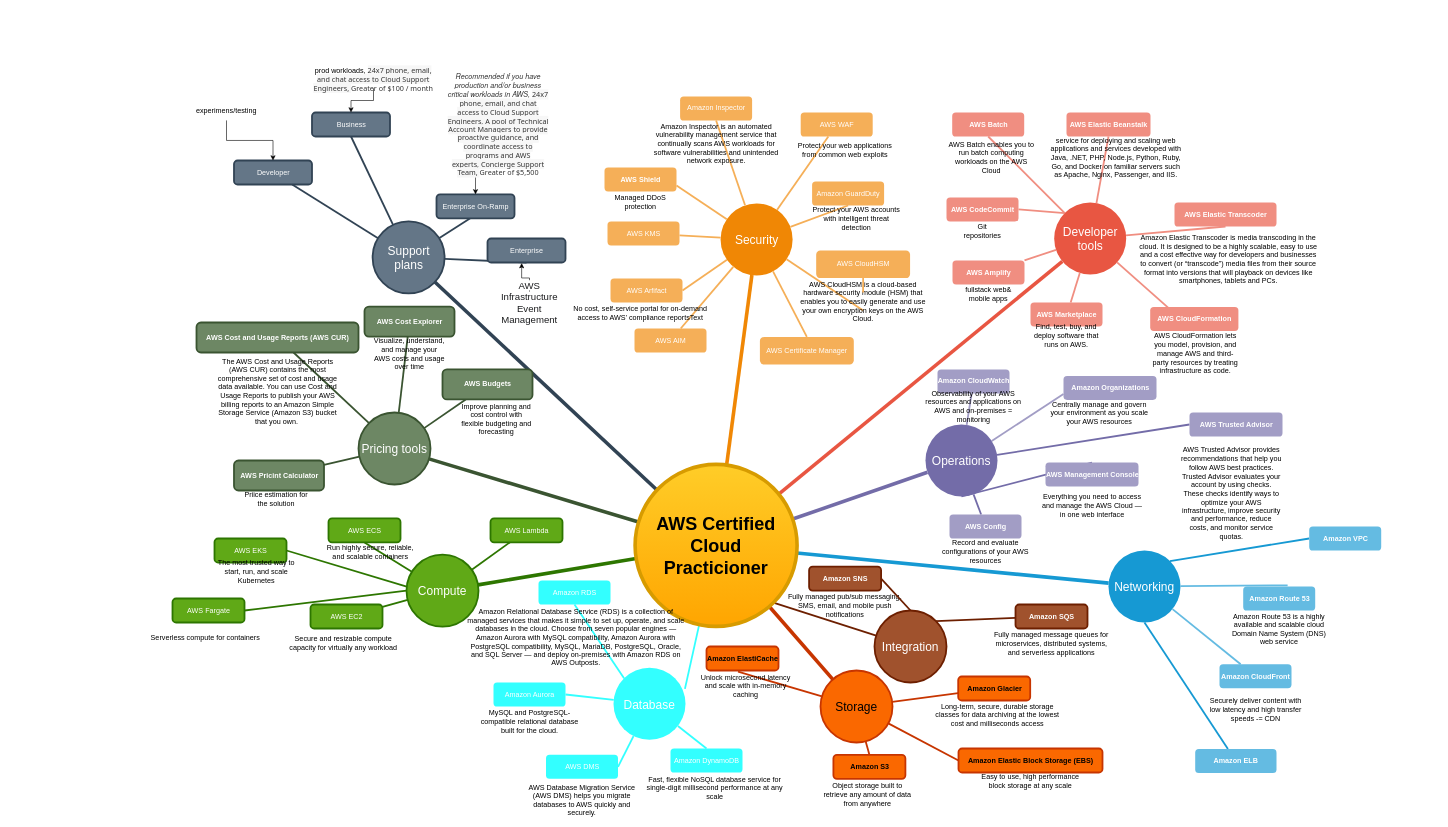
This is mindmap.drawio from stefanbertos/aws-certified-cloud-practicioner, a draw.io file, before an edit. Source tidied: cells renumbered, new cells numbered last; positions are measured from the earlier drawing's top-left corner, leaving out a move shared by most shapes. Both pictures are drawn from the tidied source at 60%, with x=0, y=0 at pixel (130, 70).
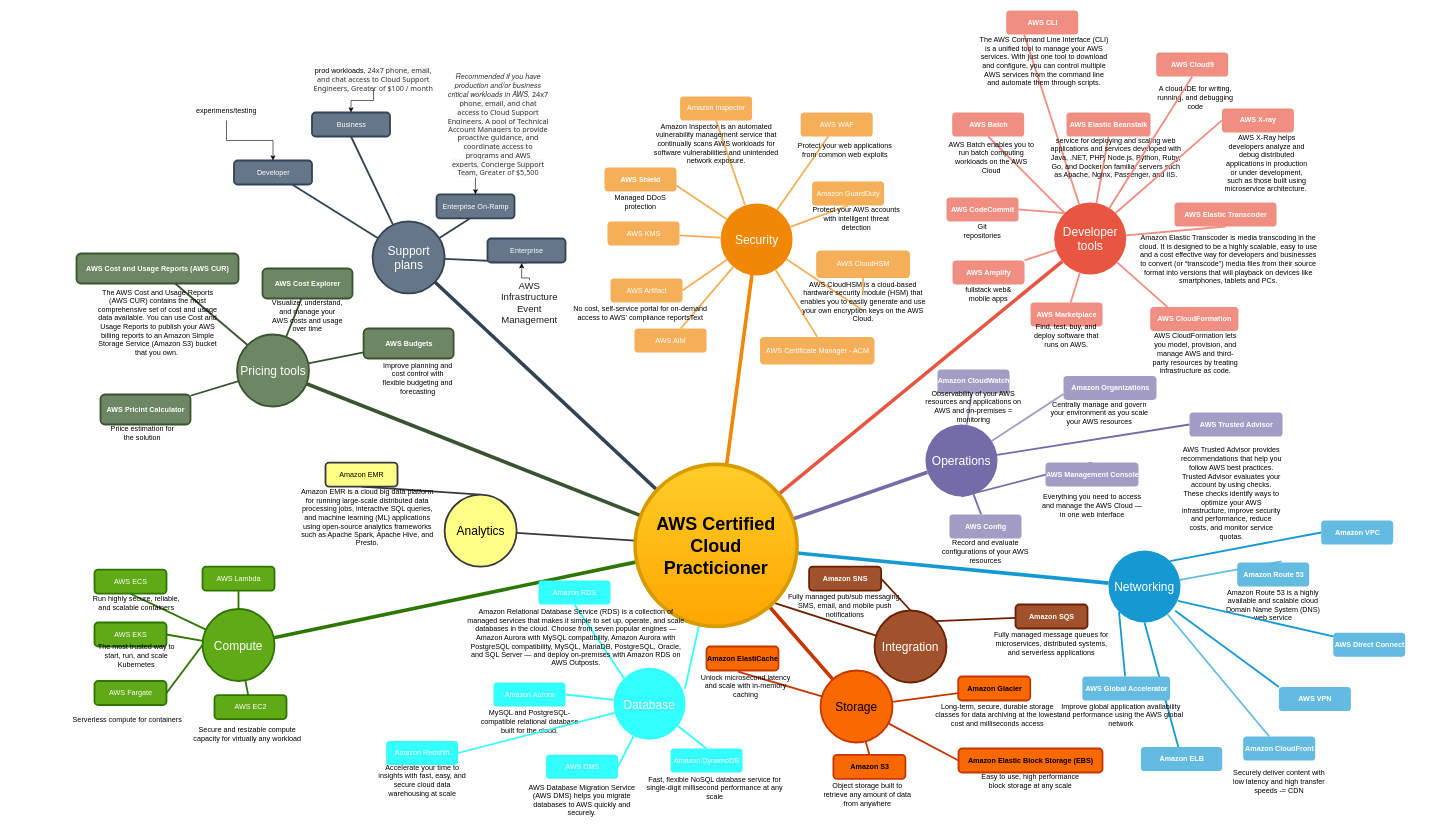
The same diagram, later.

Unchanged cells that the change refers to:
```xml
<mxCell id="5" value="Developer tools" style="ellipse;whiteSpace=wrap;html=1;shadow=0;fontFamily=Helvetica;fontSize=20;fontColor=#FFFFFF;align=center;strokeWidth=3;fillColor=#E85642;strokeColor=none;" parent="1" vertex="1">
  <mxGeometry x="1539.5" y="220" width="120" height="120" as="geometry" />
</mxCell>
<mxCell id="8" value="Networking" style="ellipse;whiteSpace=wrap;html=1;shadow=0;fontFamily=Helvetica;fontSize=20;fontColor=#FFFFFF;align=center;strokeWidth=3;fillColor=#1699D3;strokeColor=none;" parent="1" vertex="1">
  <mxGeometry x="1630" y="800" width="120" height="120" as="geometry" />
</mxCell>
<mxCell id="56" value="AWS Certified Cloud &lt;br&gt;Practicioner" style="ellipse;whiteSpace=wrap;html=1;shadow=0;fontFamily=Helvetica;fontSize=30;align=center;strokeColor=#d79b00;strokeWidth=6;fillColor=#ffcd28;fontStyle=1;gradientColor=#ffa500;" parent="1" vertex="1">
  <mxGeometry x="841" y="656.5" width="270" height="270" as="geometry" />
</mxCell>
<mxCell id="107" value="Database" style="ellipse;whiteSpace=wrap;html=1;shadow=0;fontFamily=Helvetica;fontSize=20;fontColor=#FFFFFF;align=center;strokeWidth=3;fillColor=#33FFFF;strokeColor=none;" parent="106" vertex="1">
  <mxGeometry x="275" y="35.5" width="120" height="120" as="geometry" />
</mxCell>
```

What changed in the source:
```diff
@@
+    <mxCell id="219" style="edgeStyle=none;rounded=0;jettySize=auto;html=1;entryX=0.25;entryY=1;entryDx=0;entryDy=0;endArrow=none;endFill=0;strokeColor=#F08E81;strokeWidth=3;" parent="1" edge="1" source="5" target="249">
+      <mxGeometry relative="1" as="geometry" />
+    </mxCell>
@@
+    <mxCell id="220" style="edgeStyle=none;rounded=0;jettySize=auto;html=1;exitX=0;exitY=1;exitDx=0;exitDy=0;endArrow=none;endFill=0;strokeColor=#1699D3;strokeWidth=3;" parent="1" edge="1" source="8" target="241">
+      <mxGeometry relative="1" as="geometry" />
+    </mxCell>
@@
+    <mxCell id="221" style="edgeStyle=none;rounded=0;jettySize=auto;html=1;endArrow=none;endFill=0;strokeColor=#36393d;strokeWidth=3;fillColor=#ffff88;" parent="1" edge="1" source="56" target="252">
+      <mxGeometry relative="1" as="geometry" />
+    </mxCell>
@@
     <mxCell id="57" value="Compute" style="ellipse;whiteSpace=wrap;html=1;shadow=0;fontFamily=Helvetica;fontSize=20;fontColor=#ffffff;align=center;strokeWidth=3;fillColor=#60a917;strokeColor=#2D7600;" parent="1" vertex="1">
-      <mxGeometry x="460" y="807" width="120" height="120" as="geometry" />
+      <mxGeometry x="120" y="897.5" width="120" height="120" as="geometry" />
     </mxCell>
     <mxCell id="58" value="AWS Lambda" style="rounded=1;fillColor=#60a917;strokeColor=#2D7600;strokeWidth=3;shadow=0;html=1;fontColor=#ffffff;" parent="1" vertex="1">
-      <mxGeometry x="600" y="746.5" width="120" height="40" as="geometry" />
+      <mxGeometry x="120" y="827" width="120" height="40" as="geometry" />
     </mxCell>
@@
     <mxCell id="72" style="group;" parent="1" vertex="1">
-      <mxGeometry x="172.5" y="650" width="150" height="80" as="geometry" />
+      <mxGeometry x="-50" y="540" width="150" height="80" as="geometry" />
     </mxCell>
@@
     <mxCell id="100" style="group;" parent="1" vertex="1">
-      <mxGeometry x="320" y="746.5" width="160" height="70" as="geometry" />
+      <mxGeometry x="-70" y="832" width="160" height="70" as="geometry" />
     </mxCell>
@@
-    <mxCell id="116" value="AWS Certificate Manager" style="rounded=1;fillColor=#f5af58;strokeColor=none;strokeWidth=3;shadow=0;html=1;fontColor=#FFFFFF;" parent="1" vertex="1">
-      <mxGeometry x="1049" y="444" width="156.5" height="46" as="geometry" />
+    <mxCell id="116" value="AWS Certificate Manager - ACM" style="rounded=1;fillColor=#f5af58;strokeColor=none;strokeWidth=3;shadow=0;html=1;fontColor=#FFFFFF;" parent="1" vertex="1">
+      <mxGeometry x="1049" y="444" width="191" height="46" as="geometry" />
     </mxCell>
@@
     <mxCell id="126" style="group;" parent="1" vertex="1">
-      <mxGeometry x="290" y="890" width="170" height="80" as="geometry" />
+      <mxGeometry x="130" y="1041" width="170" height="80" as="geometry" />
     </mxCell>
@@
     <mxCell id="138" style="group;" parent="1" vertex="1">
-      <mxGeometry x="390" y="393.5" width="150" height="80" as="geometry" />
+      <mxGeometry x="220" y="330" width="150" height="80" as="geometry" />
     </mxCell>
@@
     <mxCell id="169" style="group;" parent="1" vertex="1">
-      <mxGeometry x="1830" y="850" width="169" height="100" as="geometry" />
+      <mxGeometry x="1820" y="810" width="169" height="100" as="geometry" />
     </mxCell>
@@
     <mxCell id="173" style="group;" parent="1" vertex="1">
-      <mxGeometry x="1790.5" y="989.5" width="169" height="90" as="geometry" />
+      <mxGeometry x="1830" y="1110" width="169" height="90" as="geometry" />
     </mxCell>
@@
     <mxCell id="186" value="Pricing tools" style="ellipse;whiteSpace=wrap;html=1;shadow=0;fontFamily=Helvetica;fontSize=20;fontColor=#ffffff;align=center;strokeWidth=3;fillColor=#6d8764;strokeColor=#3A5431;" parent="1" vertex="1">
-      <mxGeometry x="380" y="570" width="120" height="120" as="geometry" />
+      <mxGeometry x="177.5" y="440" width="120" height="120" as="geometry" />
     </mxCell>
@@
     <mxCell id="188" style="group;" parent="1" vertex="1">
-      <mxGeometry x="520" y="498.2" width="150" height="98.2" as="geometry" />
+      <mxGeometry x="388.5" y="430" width="150" height="98.2" as="geometry" />
     </mxCell>
@@
     <mxCell id="191" style="group;" parent="1" vertex="1">
-      <mxGeometry y="420" width="380" height="176.5" as="geometry" />
+      <mxGeometry x="-200" y="305" width="380" height="176.5" as="geometry" />
     </mxCell>
@@
     <mxCell id="200" style="group;" parent="1" vertex="1">
-      <mxGeometry x="130" y="780" width="160" height="70" as="geometry" />
+      <mxGeometry x="-70" y="920" width="160" height="70" as="geometry" />
     </mxCell>
@@
     <mxCell id="204" style="group;" parent="1" vertex="1">
-      <mxGeometry x="60" y="880" width="170" height="80" as="geometry" />
+      <mxGeometry x="-70" y="1017.5" width="170" height="80" as="geometry" />
     </mxCell>
@@
     <mxCell id="209" style="group;" parent="1" vertex="1">
-      <mxGeometry x="1940" y="750" width="169" height="100" as="geometry" />
+      <mxGeometry x="1960" y="740" width="219" height="162.5" as="geometry" />
     </mxCell>
@@
+    <mxCell id="222" style="group;" parent="209" vertex="1">
+      <mxGeometry x="20" y="187" width="169" height="100" as="geometry" />
+    </mxCell>
+    <mxCell id="223" value="AWS Direct Connect" style="rounded=1;fillColor=#64BBE2;strokeColor=none;strokeWidth=3;shadow=0;html=1;fontColor=#FFFFFF;fontStyle=1;" parent="222" vertex="1">
+      <mxGeometry x="24.5" y="10" width="120" height="40" as="geometry" />
+    </mxCell>
     <mxCell id="211" style="group;" parent="1" vertex="1">
-      <mxGeometry x="1750" y="1121" width="169" height="100" as="geometry" />
+      <mxGeometry x="1659.5" y="1117.5" width="169" height="100" as="geometry" />
     </mxCell>
@@
+    <mxCell id="224" style="group;" parent="1" vertex="1">
+      <mxGeometry x="1809.5" y="63.2" width="189.5" height="90" as="geometry" />
+    </mxCell>
+    <mxCell id="225" style="group;" parent="224" vertex="1">
+      <mxGeometry x="9.5" width="180" height="70" as="geometry" />
+    </mxCell>
+    <mxCell id="226" value="AWS X-ray" style="rounded=1;fillColor=#f08e81;strokeColor=none;strokeWidth=3;shadow=0;html=1;fontColor=#FFFFFF;fontStyle=1;" parent="225" vertex="1">
+      <mxGeometry width="120" height="40" as="geometry" />
+    </mxCell>
+    <mxCell id="227" value="AWS X-Ray helps developers analyze and debug distributed applications in production or under development, such as those built using microservice architecture.&amp;nbsp;" style="text;html=1;strokeColor=none;fillColor=none;align=center;verticalAlign=middle;whiteSpace=wrap;rounded=0;" parent="1" vertex="1">
+      <mxGeometry x="1819" y="140" width="150" height="30" as="geometry" />
+    </mxCell>
+    <mxCell id="228" style="edgeStyle=none;rounded=0;jettySize=auto;html=1;exitX=0;exitY=0.5;exitDx=0;exitDy=0;entryX=1;entryY=0;entryDx=0;entryDy=0;endArrow=none;endFill=0;strokeColor=#F08E81;strokeWidth=3;" parent="1" edge="1" source="226" target="5">
+      <mxGeometry relative="1" as="geometry" />
+    </mxCell>
+    <mxCell id="229" style="group;" parent="1" vertex="1">
+      <mxGeometry x="403.5" y="1117.5" width="165" height="95" as="geometry" />
+    </mxCell>
+    <mxCell id="230" style="group;" parent="229" vertex="1">
+      <mxGeometry width="165" height="80" as="geometry" />
+    </mxCell>
+    <mxCell id="231" value="Amazon Redshift" style="rounded=1;fillColor=#33FFFF;strokeColor=none;strokeWidth=3;shadow=0;html=1;fontColor=#FFFFFF;" parent="230" vertex="1">
+      <mxGeometry x="22.5" width="120" height="40" as="geometry" />
+    </mxCell>
+    <mxCell id="232" value="Accelerate your time to insights with fast, easy, and secure cloud data warehousing at scale" style="text;html=1;strokeColor=none;fillColor=none;align=center;verticalAlign=middle;whiteSpace=wrap;rounded=0;" parent="230" vertex="1">
+      <mxGeometry y="50" width="165" height="30" as="geometry" />
+    </mxCell>
+    <mxCell id="233" style="edgeStyle=none;rounded=0;jettySize=auto;html=1;exitX=1;exitY=0.5;exitDx=0;exitDy=0;endArrow=none;endFill=0;strokeColor=#33FFFF;strokeWidth=3;" parent="1" edge="1" source="231" target="107">
+      <mxGeometry relative="1" as="geometry" />
+    </mxCell>
+    <mxCell id="234" style="group;" parent="1" vertex="1">
+      <mxGeometry x="1700" y="-30" width="189.5" height="90" as="geometry" />
+    </mxCell>
+    <mxCell id="235" style="group;" parent="234" vertex="1">
+      <mxGeometry x="9.5" width="180" height="70" as="geometry" />
+    </mxCell>
+    <mxCell id="236" value="AWS Cloud9" style="rounded=1;fillColor=#f08e81;strokeColor=none;strokeWidth=3;shadow=0;html=1;fontColor=#FFFFFF;fontStyle=1;" parent="235" vertex="1">
+      <mxGeometry width="120" height="40" as="geometry" />
+    </mxCell>
+    <mxCell id="237" value="A cloud IDE for writing, running, and debugging code" style="text;html=1;strokeColor=none;fillColor=none;align=center;verticalAlign=middle;whiteSpace=wrap;rounded=0;" parent="234" vertex="1">
+      <mxGeometry y="60" width="150" height="30" as="geometry" />
+    </mxCell>
+    <mxCell id="238" style="edgeStyle=none;rounded=0;jettySize=auto;html=1;exitX=0.5;exitY=1;exitDx=0;exitDy=0;endArrow=none;endFill=0;strokeColor=#F08E81;strokeWidth=3;" parent="1" edge="1" source="236" target="5">
+      <mxGeometry relative="1" as="geometry" />
+    </mxCell>
+    <mxCell id="239" style="group;" parent="1" vertex="1">
+      <mxGeometry x="1560" y="1000" width="196.2" height="100" as="geometry" />
+    </mxCell>
+    <mxCell id="240" style="group;" parent="239" vertex="1">
+      <mxGeometry x="-13.8" y="10" width="210" height="78.5" as="geometry" />
+    </mxCell>
+    <mxCell id="241" value="AWS Global Accelerator" style="rounded=1;fillColor=#64BBE2;strokeColor=none;strokeWidth=3;shadow=0;html=1;fontColor=#FFFFFF;fontStyle=1;" parent="240" vertex="1">
+      <mxGeometry x="40.2" width="146.3" height="40" as="geometry" />
+    </mxCell>
+    <mxCell id="242" value="Improve global application availability and performance using the AWS global network" style="text;html=1;strokeColor=none;fillColor=none;align=center;verticalAlign=middle;whiteSpace=wrap;rounded=0;" parent="240" vertex="1">
+      <mxGeometry y="48.5" width="210" height="30" as="geometry" />
+    </mxCell>
+    <mxCell id="243" style="group;" parent="1" vertex="1">
+      <mxGeometry x="1889.5" y="1017.5" width="169" height="100" as="geometry" />
+    </mxCell>
+    <mxCell id="244" value="AWS VPN" style="rounded=1;fillColor=#64BBE2;strokeColor=none;strokeWidth=3;shadow=0;html=1;fontColor=#FFFFFF;fontStyle=1;" parent="243" vertex="1">
+      <mxGeometry x="24.5" y="10" width="120" height="40" as="geometry" />
+    </mxCell>
+    <mxCell id="245" style="edgeStyle=none;rounded=0;jettySize=auto;html=1;exitX=0;exitY=0;exitDx=0;exitDy=0;entryX=0.926;entryY=0.838;entryDx=0;entryDy=0;entryPerimeter=0;endArrow=none;endFill=0;strokeColor=#1699D3;strokeWidth=3;" parent="1" edge="1" source="244" target="8">
+      <mxGeometry relative="1" as="geometry" />
+    </mxCell>
+    <mxCell id="246" style="edgeStyle=none;rounded=0;jettySize=auto;html=1;entryX=0.965;entryY=0.7;entryDx=0;entryDy=0;entryPerimeter=0;endArrow=none;endFill=0;strokeColor=#1699D3;strokeWidth=3;" parent="1" edge="1" source="223" target="8">
+      <mxGeometry relative="1" as="geometry" />
+    </mxCell>
+    <mxCell id="247" style="group;" parent="1" vertex="1">
+      <mxGeometry x="1413" y="-100" width="226.5" height="100" as="geometry" />
+    </mxCell>
+    <mxCell id="248" style="group;" parent="247" vertex="1">
+      <mxGeometry x="46.5" width="180" height="70" as="geometry" />
+    </mxCell>
+    <mxCell id="249" value="AWS CLI" style="rounded=1;fillColor=#f08e81;strokeColor=none;strokeWidth=3;shadow=0;html=1;fontColor=#FFFFFF;fontStyle=1;" parent="248" vertex="1">
+      <mxGeometry width="120" height="40" as="geometry" />
+    </mxCell>
+    <mxCell id="250" value="The AWS Command Line Interface (CLI) is a unified tool to manage your AWS services. With just one tool to download and configure, you can control multiple AWS services from the command line and automate them through scripts." style="text;html=1;strokeColor=none;fillColor=none;align=center;verticalAlign=middle;whiteSpace=wrap;rounded=0;" parent="247" vertex="1">
+      <mxGeometry y="70" width="220" height="30" as="geometry" />
+    </mxCell>
+    <mxCell id="251" style="edgeStyle=none;rounded=0;jettySize=auto;html=1;exitX=0.5;exitY=0;exitDx=0;exitDy=0;entryX=0.5;entryY=1;entryDx=0;entryDy=0;endArrow=none;endFill=0;strokeColor=#36393d;strokeWidth=3;fillColor=#ffff88;" parent="1" edge="1" source="252" target="255">
+      <mxGeometry relative="1" as="geometry" />
+    </mxCell>
+    <mxCell id="252" value="Analytics" style="ellipse;whiteSpace=wrap;html=1;shadow=0;fontFamily=Helvetica;fontSize=20;align=center;strokeWidth=3;fillColor=#ffff88;strokeColor=#36393d;" parent="1" vertex="1">
+      <mxGeometry x="523.5" y="707" width="120" height="120" as="geometry" />
+    </mxCell>
+    <mxCell id="253" style="group;" parent="1" vertex="1">
+      <mxGeometry x="260" y="653.5" width="250" height="106" as="geometry" />
+    </mxCell>
+    <mxCell id="254" style="group;" parent="253" vertex="1">
+      <mxGeometry width="230" height="73.5" as="geometry" />
+    </mxCell>
+    <mxCell id="255" value="Amazon EMR" style="rounded=1;fillColor=#ffff88;strokeColor=#36393d;strokeWidth=3;shadow=0;html=1;" parent="254" vertex="1">
+      <mxGeometry x="65" width="120" height="40" as="geometry" />
+    </mxCell>
+    <mxCell id="256" value="Amazon EMR is a cloud big data platform for running large-scale distributed data processing jobs, interactive SQL queries, and machine learning (ML) applications using open-source analytics frameworks such as Apache Spark, Apache Hive, and Presto." style="text;html=1;strokeColor=none;fillColor=none;align=center;verticalAlign=middle;whiteSpace=wrap;rounded=0;" parent="253" vertex="1">
+      <mxGeometry x="20" y="76" width="230" height="30" as="geometry" />
+    </mxCell>
```
